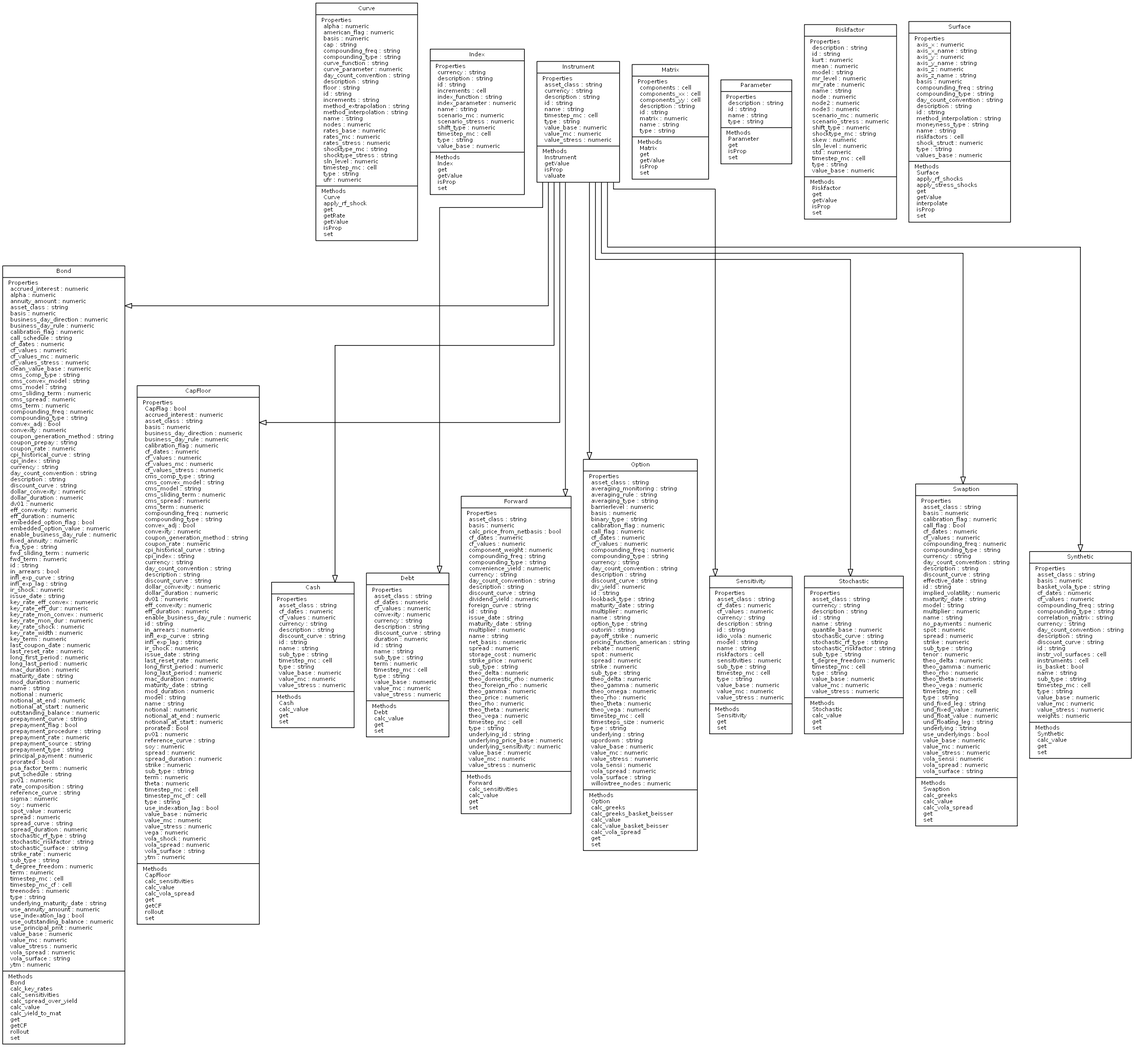
Earlier version of the Graphviz export octariskclass.png (octarisk/documentation). Its source is kept beside it as octariskclass.dot.
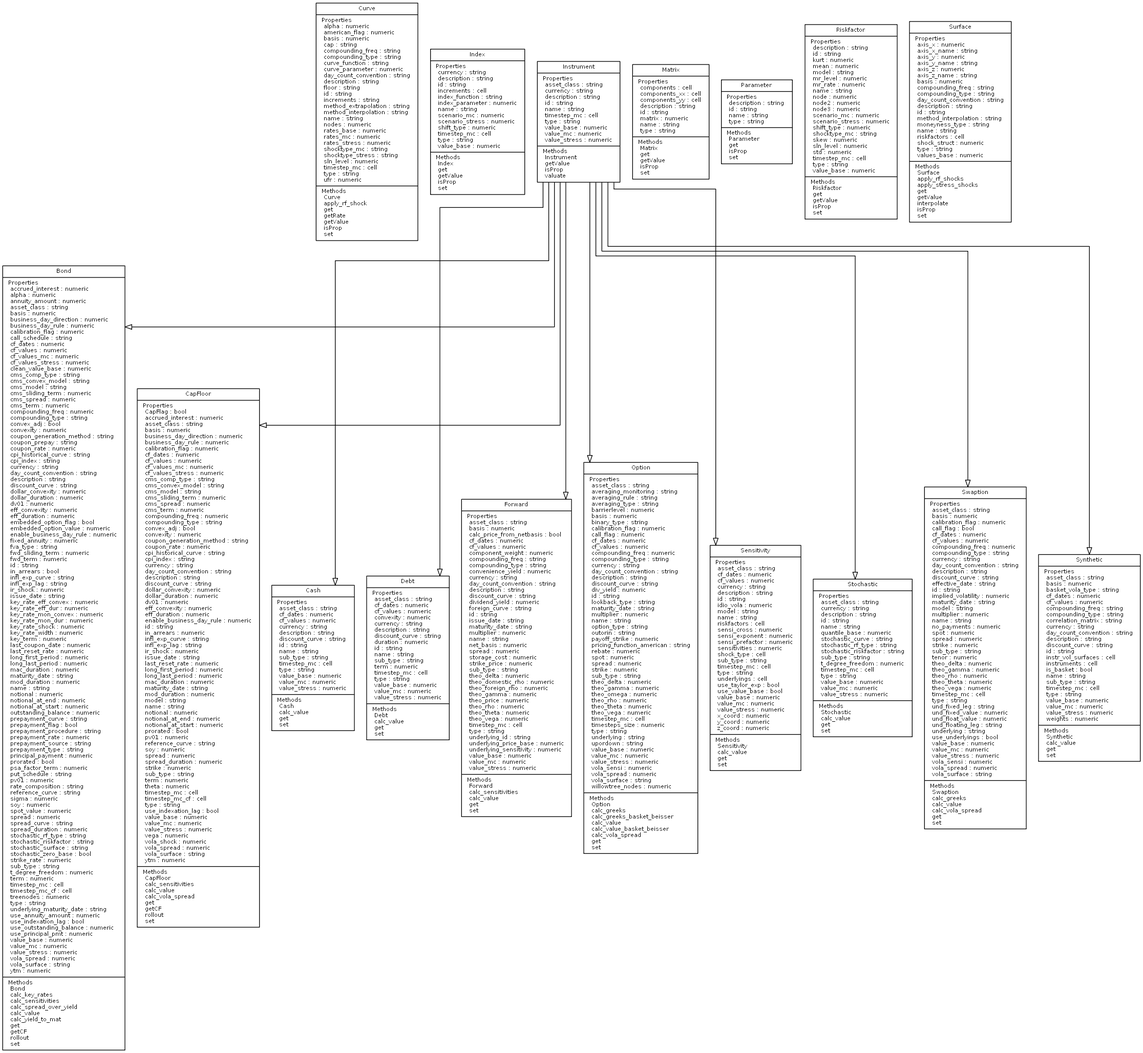
The same diagram one commit later.

Change to the diagram source:
```diff
@@ -294,6 +294,7 @@
 			stochastic_rf_type : string \l
 			stochastic_riskfactor : string \l
 			stochastic_surface : string \l
+			stochastic_zero_base : bool \l
 			strike_rate : numeric \l
 			sub_type : string \l
 			t_degree_freedom : numeric \l
@@ -600,16 +601,27 @@
 			model : string \l
 			name : string \l
 			riskfactors : cell \l
+			sensi_cross : numeric \l
+			sensi_exponent : numeric \l
+			sensi_prefactor : numeric \l
 			sensitivities : numeric \l
+			shock_type : cell \l
 			sub_type : string \l
 			timestep_mc : cell \l
 			type : string \l
+			underlyings : cell \l
+			use_taylor_exp : bool \l
+			use_value_base : bool \l
 			value_base : numeric \l
 			value_mc : numeric \l
 			value_stress : numeric \l
+			x_coord : numeric \l
+			y_coord : numeric \l
+			z_coord : numeric \l
 			 |
 			Methods \l
 			Sensitivity \l
+			calc_value \l
 			get \l
 			set \l
 		}"
```
